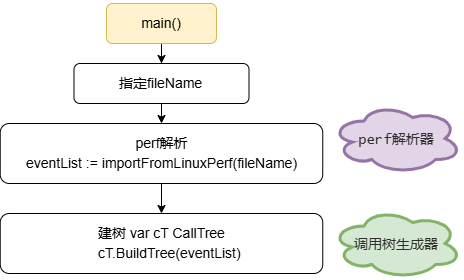
This is main_ui.drawio.png from Dong-J93/os_pic2024, a draw.io export, as it was before one commit. Source tidied: cells renumbered, new cells last; positions are measured from the earlier drawing's top-left corner, leaving out a move shared by most shapes. Its diagram source:
```xml
<mxGraphModel>
  <root>
    <mxCell id="0" />
    <mxCell id="1" parent="0" />
    <mxCell id="2" style="edgeStyle=orthogonalEdgeStyle;rounded=0;jettySize=auto;html=1;" parent="1" edge="1" source="3" target="9">
      <mxGeometry relative="1" as="geometry" />
    </mxCell>
    <mxCell id="3" value="&lt;p style=&quot;font-size: 14px; line-height: 19px; white-space: pre;&quot;&gt;main()&lt;/p&gt;" style="rounded=1;whiteSpace=wrap;html=1;fillColor=#fff2cc;strokeColor=#d6b656;" parent="1" vertex="1">
      <mxGeometry x="106" width="110" height="40" as="geometry" />
    </mxCell>
    <mxCell id="4" style="edgeStyle=orthogonalEdgeStyle;rounded=0;jettySize=auto;html=1;" parent="1" edge="1" source="5" target="10">
      <mxGeometry relative="1" as="geometry" />
    </mxCell>
    <mxCell id="5" value="&lt;pre style=&quot;line-height: 19px; white-space: pre;&quot;&gt;&lt;font style=&quot;font-size: 14px;&quot;&gt;&lt;font style=&quot;&quot; face=&quot;Helvetica&quot;&gt;perf解析&lt;br&gt;&lt;/font&gt;&lt;font style=&quot;&quot; face=&quot;Helvetica&quot;&gt;eventList := importFromLinuxPerf(fileName)&lt;/font&gt;&lt;/font&gt;&lt;/pre&gt;" style="rounded=1;whiteSpace=wrap;html=1;" parent="1" vertex="1">
      <mxGeometry x="-0.3" y="120" width="322.5" height="60" as="geometry" />
    </mxCell>
    <mxCell id="6" value="&lt;span style=&quot;color: rgba(0, 0, 0, 0); font-family: monospace; font-size: 0px; text-align: start; text-wrap: nowrap;&quot;&gt;%3CmxGraphModel%3E%3Croot%3E%3CmxCell%20id%3D%220%22%2F%3E%3CmxCell%20id%3D%221%22%20parent%3D%220%22%2F%3E%3CmxCell%20id%3D%222%22%20value%3D%22%22%20style%3D%22ellipse%3Bshape%3Dcloud%3BwhiteSpace%3Dwrap%3Bhtml%3D1%3BfillColor%3Dnone%3B%22%20vertex%3D%221%22%20parent%3D%221%22%3E%3CmxGeometry%20x%3D%22330%22%20y%3D%22517%22%20width%3D%22250%22%20height%3D%22120%22%20as%3D%22geometry%22%2F%3E%3C%2FmxCell%3E%3C%2Froot%3E%3C%2FmxGraphModel%3E&lt;/span&gt;" style="ellipse;shape=cloud;whiteSpace=wrap;html=1;fillColor=#e1d5e7;strokeColor=#9673a6;strokeWidth=3;" parent="1" vertex="1">
      <mxGeometry x="331" y="100" width="130" height="70" as="geometry" />
    </mxCell>
    <mxCell id="7" value="&lt;font face=&quot;Lucida Console&quot; color=&quot;#2e2e2e&quot; style=&quot;font-size: 14px;&quot;&gt;perf解析器&lt;/font&gt;" style="text;html=1;align=center;verticalAlign=middle;whiteSpace=wrap;rounded=0;fontColor=#1F1F1F;" parent="1" vertex="1">
      <mxGeometry x="341" y="120" width="110" height="34" as="geometry" />
    </mxCell>
    <mxCell id="8" style="edgeStyle=orthogonalEdgeStyle;rounded=0;jettySize=auto;html=1;" parent="1" edge="1" source="9" target="5">
      <mxGeometry relative="1" as="geometry" />
    </mxCell>
    <mxCell id="9" value="&lt;font style=&quot;font-size: 14px;&quot;&gt;指定fileName&lt;/font&gt;" style="whiteSpace=wrap;html=1;rounded=1;" parent="1" vertex="1">
      <mxGeometry x="73.5" y="60" width="175" height="40" as="geometry" />
    </mxCell>
    <mxCell id="10" value="&lt;p style=&quot;line-height: 19px; white-space: pre;&quot;&gt;&lt;font face=&quot;Helvetica&quot; style=&quot;font-size: 14px;&quot;&gt;建树 var cT CallTree&lt;br&gt;&amp;nbsp; &amp;nbsp; cT.BuildTree(eventList)&lt;/font&gt;&lt;/p&gt;" style="rounded=1;whiteSpace=wrap;html=1;" parent="1" vertex="1">
      <mxGeometry x="-0.3" y="210" width="322.5" height="60" as="geometry" />
    </mxCell>
    <mxCell id="11" value="&lt;span style=&quot;color: rgba(0, 0, 0, 0); font-family: monospace; font-size: 0px; text-align: start; text-wrap: nowrap;&quot;&gt;%3CmxGraphModel%3E%3Croot%3E%3CmxCell%20id%3D%220%22%2F%3E%3CmxCell%20id%3D%221%22%20parent%3D%220%22%2F%3E%3CmxCell%20id%3D%222%22%20value%3D%22%22%20style%3D%22ellipse%3Bshape%3Dcloud%3BwhiteSpace%3Dwrap%3Bhtml%3D1%3BfillColor%3Dnone%3B%22%20vertex%3D%221%22%20parent%3D%221%22%3E%3CmxGeometry%20x%3D%22330%22%20y%3D%22517%22%20width%3D%22250%22%20height%3D%22120%22%20as%3D%22geometry%22%2F%3E%3C%2FmxCell%3E%3C%2Froot%3E%3C%2FmxGraphModel%3E&lt;/span&gt;" style="ellipse;shape=cloud;whiteSpace=wrap;html=1;fillColor=#d5e8d4;strokeColor=#82b366;strokeWidth=3;" parent="1" vertex="1">
      <mxGeometry x="331" y="205" width="130" height="70" as="geometry" />
    </mxCell>
    <mxCell id="12" value="&lt;font face=&quot;Lucida Console&quot; color=&quot;#2e2e2e&quot;&gt;&lt;span style=&quot;font-size: 14px;&quot;&gt;调用树生成器&lt;/span&gt;&lt;/font&gt;" style="text;html=1;align=center;verticalAlign=middle;whiteSpace=wrap;rounded=0;fontColor=#1F1F1F;" parent="1" vertex="1">
      <mxGeometry x="341" y="225" width="110" height="34" as="geometry" />
    </mxCell>
  </root>
</mxGraphModel>
```
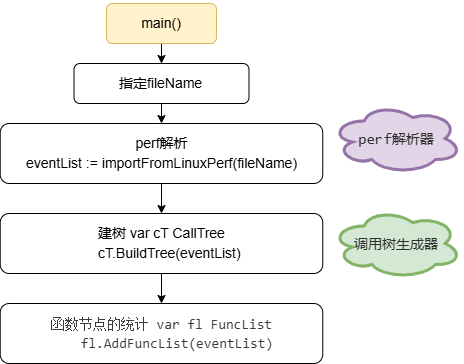
Above is the later version.

What changed in the source:
```diff
@@ -26,6 +26,9 @@
     <mxCell id="9" value="&lt;font style=&quot;font-size: 14px;&quot;&gt;指定fileName&lt;/font&gt;" style="whiteSpace=wrap;html=1;rounded=1;" parent="1" vertex="1">
       <mxGeometry x="73.5" y="60" width="175" height="40" as="geometry" />
     </mxCell>
+    <mxCell id="13" style="edgeStyle=orthogonalEdgeStyle;rounded=0;jettySize=auto;html=1;" parent="1" edge="1" source="10" target="14">
+      <mxGeometry relative="1" as="geometry" />
+    </mxCell>
     <mxCell id="10" value="&lt;p style=&quot;line-height: 19px; white-space: pre;&quot;&gt;&lt;font face=&quot;Helvetica&quot; style=&quot;font-size: 14px;&quot;&gt;建树 var cT CallTree&lt;br&gt;&amp;nbsp; &amp;nbsp; cT.BuildTree(eventList)&lt;/font&gt;&lt;/p&gt;" style="rounded=1;whiteSpace=wrap;html=1;" parent="1" vertex="1">
       <mxGeometry x="-0.3" y="210" width="322.5" height="60" as="geometry" />
     </mxCell>
@@ -35,5 +38,8 @@
     <mxCell id="12" value="&lt;font face=&quot;Lucida Console&quot; color=&quot;#2e2e2e&quot;&gt;&lt;span style=&quot;font-size: 14px;&quot;&gt;调用树生成器&lt;/span&gt;&lt;/font&gt;" style="text;html=1;align=center;verticalAlign=middle;whiteSpace=wrap;rounded=0;fontColor=#1F1F1F;" parent="1" vertex="1">
       <mxGeometry x="341" y="225" width="110" height="34" as="geometry" />
     </mxCell>
+    <mxCell id="14" value="&lt;div style=&quot;color: rgb(59, 59, 59); background-color: rgb(255, 255, 255); font-family: Consolas, &amp;quot;Courier New&amp;quot;, monospace; font-size: 14px; line-height: 19px; white-space: pre;&quot;&gt;&lt;div&gt;函数节点的统计 var fl FuncList&lt;/div&gt;&lt;div&gt;&amp;nbsp; &amp;nbsp; fl.AddFuncList(eventList)&lt;/div&gt;&lt;/div&gt;" style="rounded=1;whiteSpace=wrap;html=1;" parent="1" vertex="1">
+      <mxGeometry x="-0.3" y="300" width="322.5" height="60" as="geometry" />
+    </mxCell>
   </root>
 </mxGraphModel>
```
